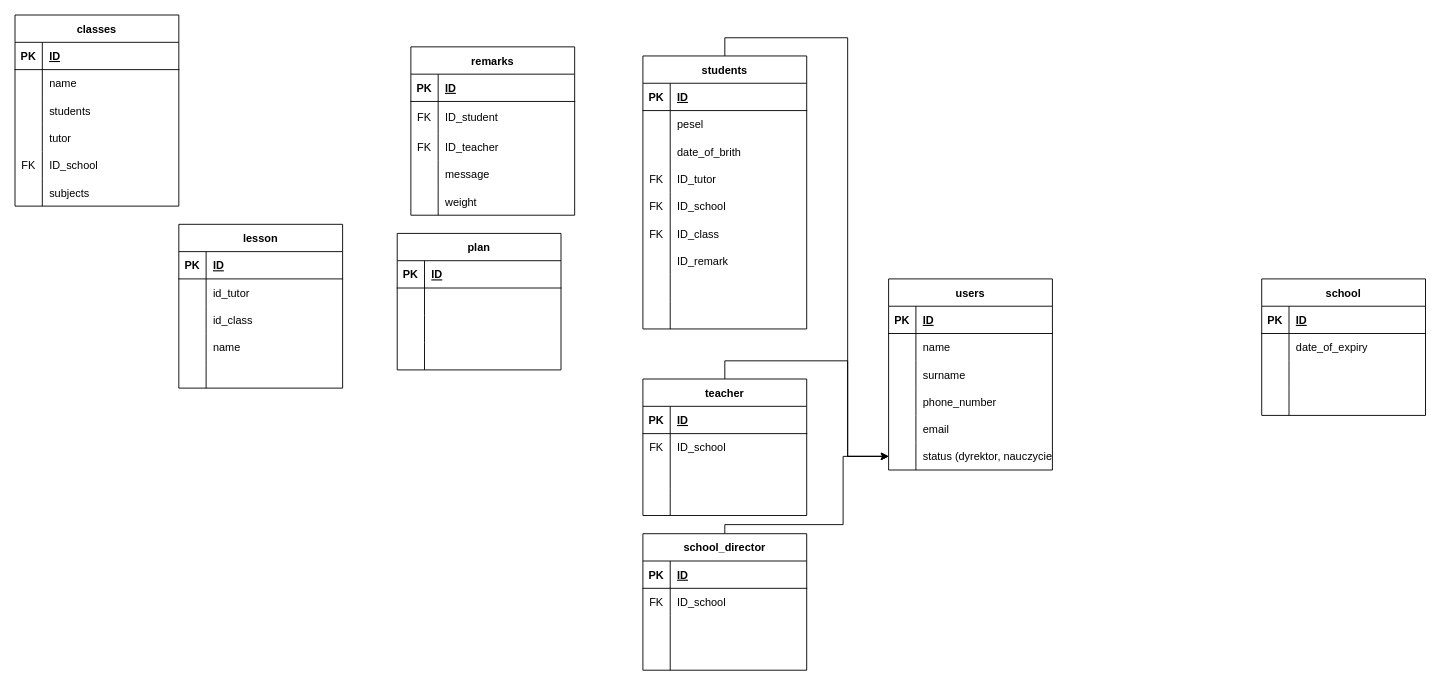
Earlier version of the draw.io diagram Diagram bez tytułu.drawio (Wadowski-Mateusz/WdPAI). Source tidied: cells renumbered, new cells numbered last; positions are measured from the earlier drawing's top-left corner, leaving out a move shared by most shapes. Both pictures are drawn from the tidied source at 91%, with x=0, y=0 at pixel (15, 15).
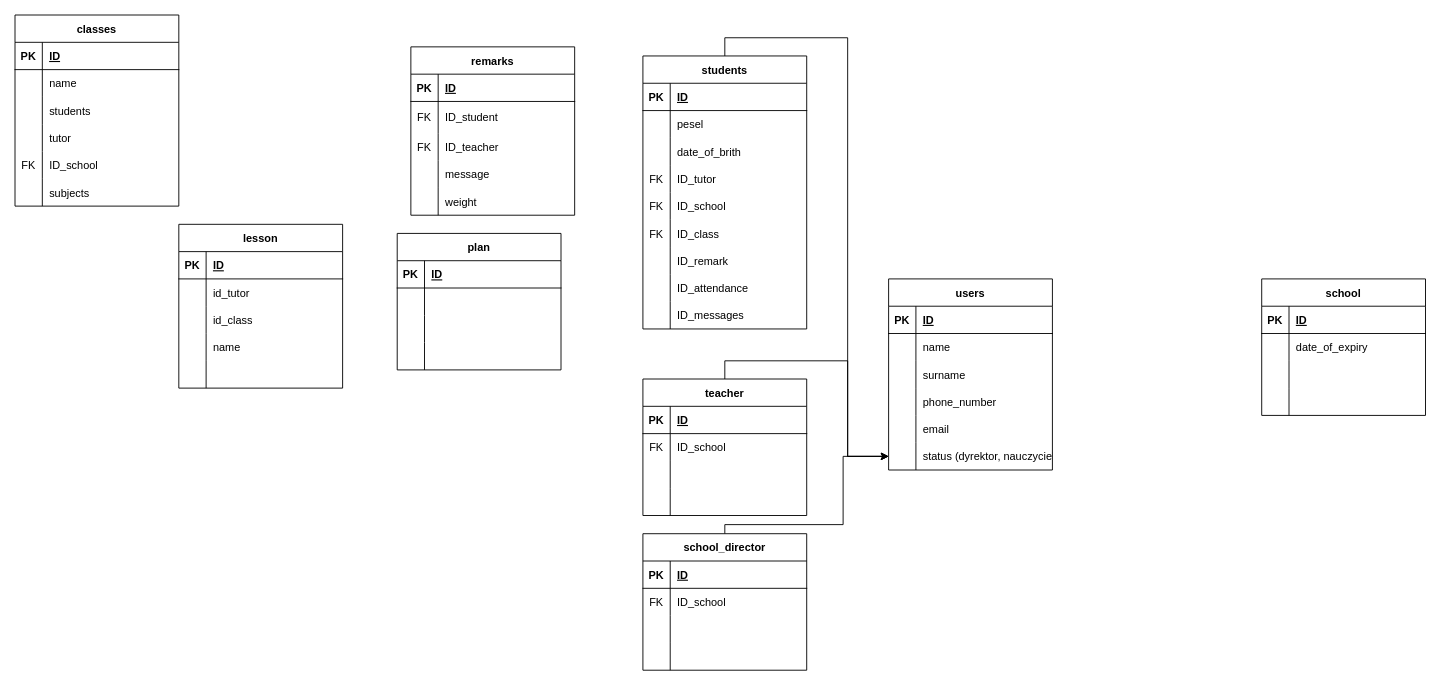
The same diagram, later.

Unchanged cells that the change refers to:
```xml
<mxCell id="25" style="shape=tableRow;horizontal=0;startSize=0;swimlaneHead=0;swimlaneBody=0;fillColor=none;top=0;left=0;right=0;bottom=0;" parent="3" vertex="1">
  <mxGeometry y="240" width="180" height="30" as="geometry" />
</mxCell>
<mxCell id="28" style="shape=tableRow;horizontal=0;startSize=0;swimlaneHead=0;swimlaneBody=0;fillColor=none;top=0;left=0;right=0;bottom=0;" parent="3" vertex="1">
  <mxGeometry y="270" width="180" height="30" as="geometry" />
</mxCell>
```

Change to the diagram source:
```diff
@@
-    <mxCell id="27" style="shape=partialRectangle;fillColor=none;top=0;left=0;bottom=0;right=0;align=left;spacingLeft=6;overflow=hidden;" parent="25" vertex="1">
+    <mxCell id="27" value="ID_attendance" style="shape=partialRectangle;fillColor=none;top=0;left=0;bottom=0;right=0;align=left;spacingLeft=6;overflow=hidden;" parent="25" vertex="1">
       <mxGeometry x="30" width="150" height="30" as="geometry" />
     </mxCell>
@@
-    <mxCell id="30" style="shape=partialRectangle;fillColor=none;top=0;left=0;bottom=0;right=0;align=left;spacingLeft=6;overflow=hidden;" parent="28" vertex="1">
+    <mxCell id="30" value="ID_messages" style="shape=partialRectangle;fillColor=none;top=0;left=0;bottom=0;right=0;align=left;spacingLeft=6;overflow=hidden;" parent="28" vertex="1">
       <mxGeometry x="30" width="150" height="30" as="geometry" />
     </mxCell>
```
